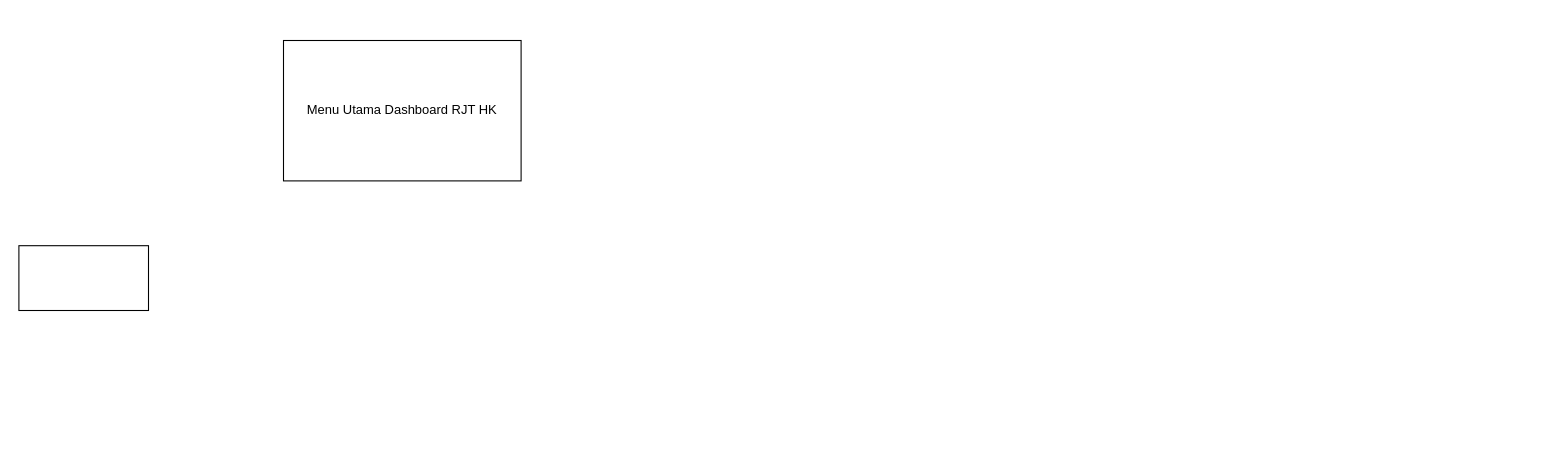
Above: ArcGIS Enterprise.drawio in dhanyyudi/filediagramalir (draw.io), before the change. Source tidied: cells renumbered, new cells numbered last; positions are measured from the earlier drawing's top-left corner, leaving out a move shared by most shapes. Both pictures are drawn from the tidied source at 108%, with x=0, y=0 at pixel (18, 40).
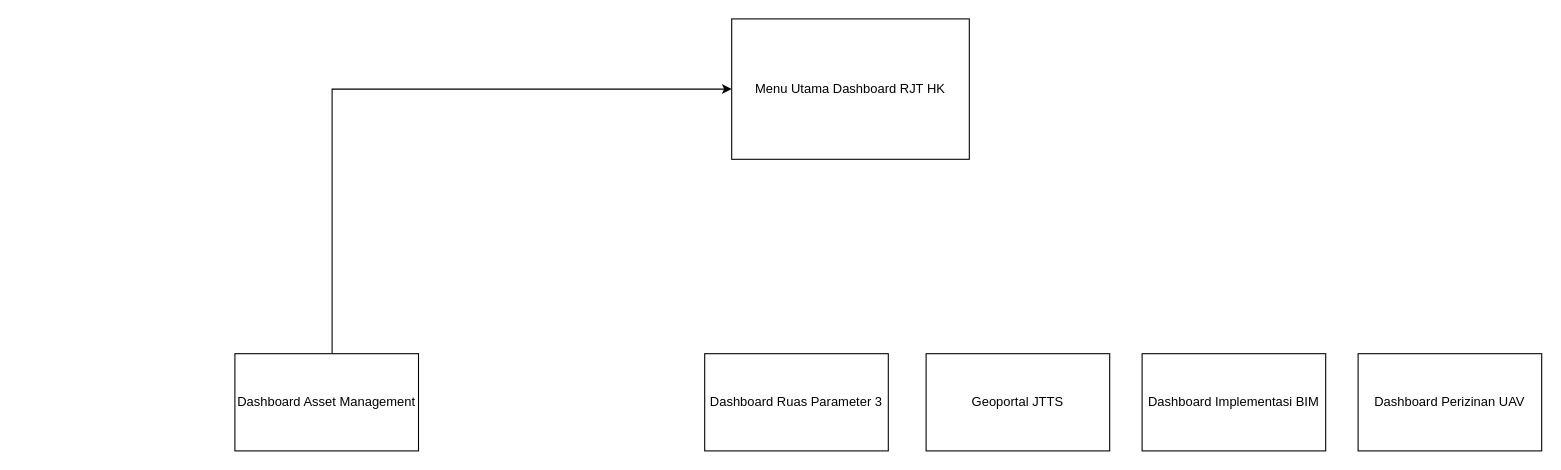
The same page after the edit.

What changed in the source:
```diff
@@
 <mxGraphModel>
   <root>
     <mxCell id="0" />
     <mxCell id="1" parent="0" />
     <mxCell id="2" value="Menu Utama Dashboard RJT HK" style="rounded=0;whiteSpace=wrap;html=1;" parent="1" vertex="1">
-      <mxGeometry x="245" width="220" height="130" as="geometry" />
+      <mxGeometry x="660" y="-20" width="220" height="130" as="geometry" />
     </mxCell>
+    <mxCell id="4" style="edgeStyle=orthogonalEdgeStyle;rounded=0;jettySize=auto;html=1;entryX=0;entryY=0.5;entryDx=0;entryDy=0;" parent="1" edge="1" source="3" target="2">
+      <mxGeometry relative="1" as="geometry">
+        <Array as="points">
+          <mxPoint x="290" y="45" />
+        </Array>
+      </mxGeometry>
+    </mxCell>
-    <mxCell id="3" style="rounded=0;whiteSpace=wrap;html=1;" parent="1" vertex="1">
-      <mxGeometry y="190" width="120" height="60" as="geometry" />
+    <mxCell id="3" value="Dashboard Asset Management" style="rounded=0;whiteSpace=wrap;html=1;" parent="1" vertex="1">
+      <mxGeometry x="200" y="290" width="170" height="90" as="geometry" />
     </mxCell>
+    <mxCell id="5" value="Dashboard Ruas Parameter 3" style="rounded=0;whiteSpace=wrap;html=1;" parent="1" vertex="1">
+      <mxGeometry x="635" y="290" width="170" height="90" as="geometry" />
+    </mxCell>
+    <mxCell id="6" value="Geoportal JTTS" style="rounded=0;whiteSpace=wrap;html=1;" parent="1" vertex="1">
+      <mxGeometry x="840" y="290" width="170" height="90" as="geometry" />
+    </mxCell>
+    <mxCell id="7" value="Dashboard Implementasi BIM" style="rounded=0;whiteSpace=wrap;html=1;" parent="1" vertex="1">
+      <mxGeometry x="1040" y="290" width="170" height="90" as="geometry" />
+    </mxCell>
+    <mxCell id="8" value="Dashboard Perizinan UAV" style="rounded=0;whiteSpace=wrap;html=1;" parent="1" vertex="1">
+      <mxGeometry x="1240" y="290" width="170" height="90" as="geometry" />
+    </mxCell>
   </root>
 </mxGraphModel>
```
